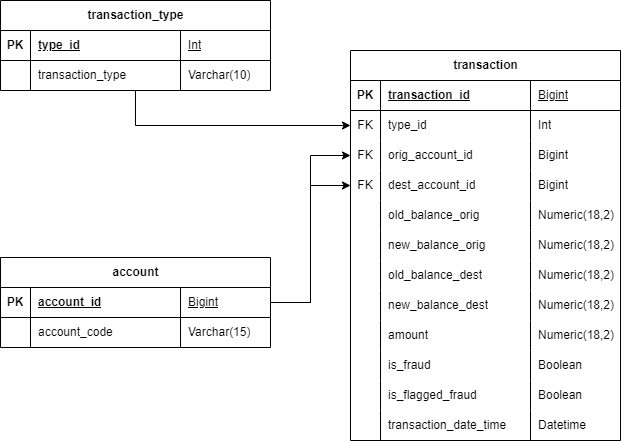
The draw.io diagram docs/modelo_de_datos.png in Pliperkiller/NequiDataEng, before a commit. Source tidied: cells renumbered, new cells last; positions are measured from the earlier drawing's top-left corner, leaving out a move shared by most shapes.
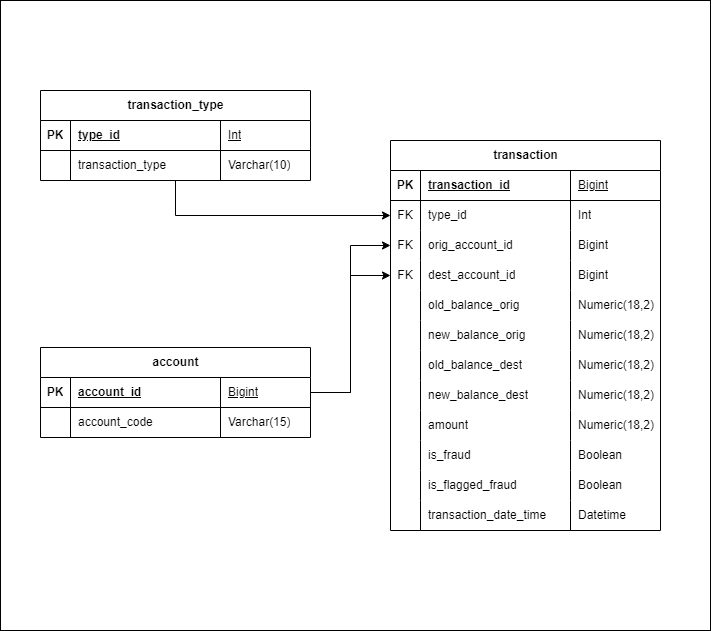
After the change.

What changed in the source:
```diff
@@ -2,6 +2,9 @@
   <root>
     <mxCell id="0" />
     <mxCell id="1" parent="0" />
+    <mxCell id="72" style="rounded=0;whiteSpace=wrap;html=1;" parent="1" vertex="1">
+      <mxGeometry x="-40" y="-90" width="710" height="630" as="geometry" />
+    </mxCell>
     <mxCell id="2" value="transaction" style="shape=table;startSize=30;rowLines=0;fontStyle=1;align=center;html=1;gradientColor=none;" parent="1" vertex="1">
       <mxGeometry x="350" y="50" width="270" height="390" as="geometry" />
     </mxCell>
```
